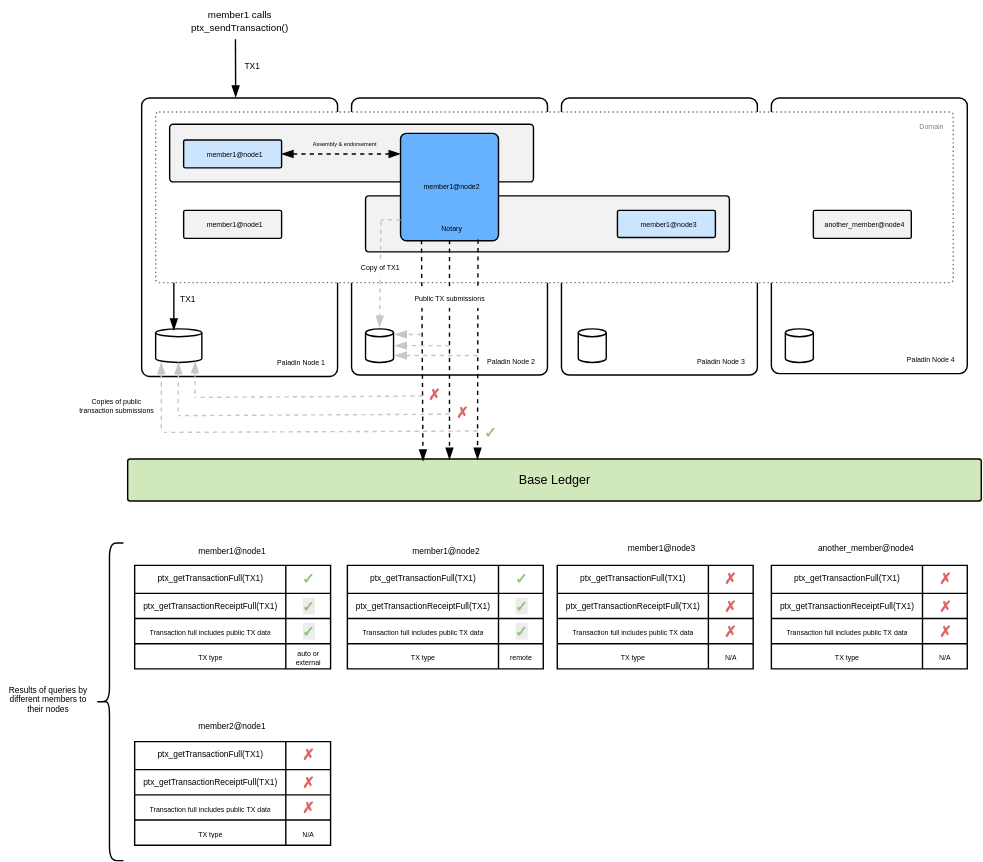
This is doc-site/docs/architecture/diagrams/paladin-node-data-flows.svg from LFDT-Paladin/paladin, a draw.io export, as it was before one commit. Source tidied: cells renumbered, new cells last; positions are measured from the earlier drawing's top-left corner, leaving out a move shared by most shapes.
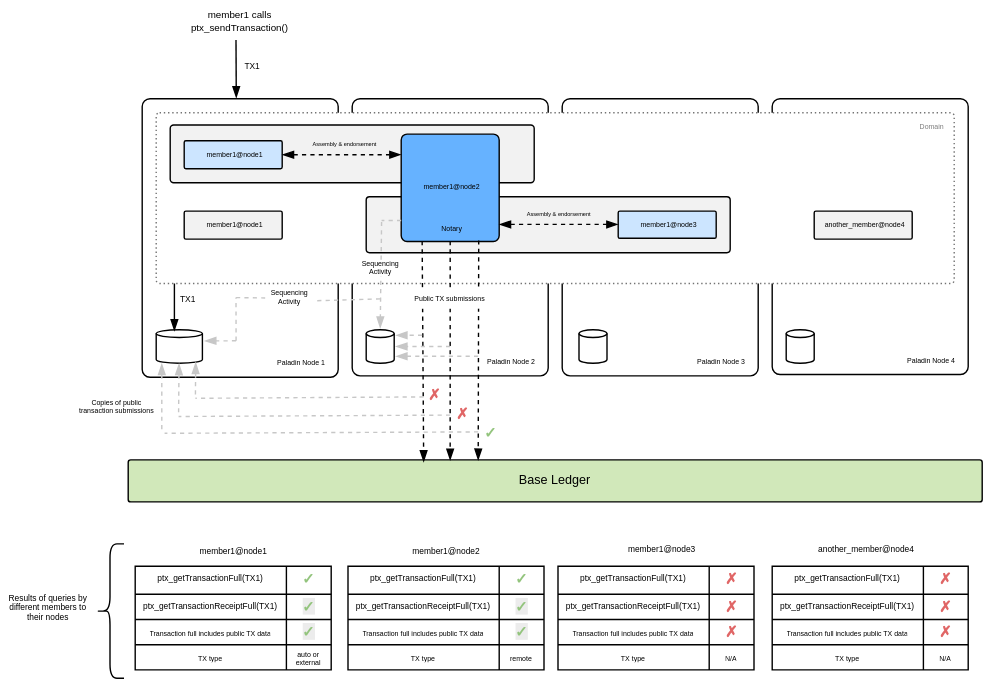
Later version of the same file.

What changed in the source:
```diff
@@ -192,15 +192,12 @@
         <mxPoint x="272" y="157" as="targetPoint" />
       </mxGeometry>
     </mxCell>
-    <mxCell id="53" value="Copy of TX1" style="rounded=0;whiteSpace=wrap;strokeColor=none;fillColor=default;spacingTop=-4;fontSize=5;" parent="1" vertex="1">
+    <mxCell id="53" value="Sequencing Activity" style="rounded=0;whiteSpace=wrap;strokeColor=none;fillColor=default;spacingTop=-4;fontSize=5;" parent="1" vertex="1">
       <mxGeometry x="253.5" y="186" width="35" height="11" as="geometry" />
     </mxCell>
     <mxCell id="54" value="&lt;span style=&quot;font-size: 6px;&quot;&gt;member1@node1&lt;/span&gt;" style="rounded=0;whiteSpace=wrap;html=1;strokeColor=none;fillColor=none;" parent="1" vertex="1">
       <mxGeometry x="136.5" y="383" width="59" height="17" as="geometry" />
     </mxCell>
-    <mxCell id="55" value="&lt;span style=&quot;font-size: 6px;&quot;&gt;member2@node1&lt;/span&gt;" style="rounded=0;whiteSpace=wrap;html=1;strokeColor=none;fillColor=none;" parent="1" vertex="1">
-      <mxGeometry x="136.5" y="508" width="59" height="17" as="geometry" />
-    </mxCell>
     <mxCell id="56" value="&lt;span style=&quot;font-size: 6px;&quot;&gt;member1@node2&lt;/span&gt;" style="rounded=0;whiteSpace=wrap;html=1;strokeColor=none;fillColor=none;" parent="1" vertex="1">
       <mxGeometry x="288.5" y="383" width="59" height="17" as="geometry" />
     </mxCell>
@@ -327,45 +324,6 @@
     <mxCell id="97" value="N/A" style="shape=partialRectangle;html=1;whiteSpace=wrap;strokeColor=inherit;overflow=hidden;fillColor=none;top=0;left=0;bottom=0;right=0;spacingRight=2;spacingLeft=2;fontSize=5;" parent="95" vertex="1">
       <mxGeometry x="108" width="32" height="18" as="geometry" />
     </mxCell>
-    <mxCell id="98" style="shape=table;startSize=0;fontSize=6;spacingLeft=2;" parent="1" vertex="1">
-      <mxGeometry x="96" y="530" width="140" height="74" as="geometry" />
-    </mxCell>
-    <mxCell id="99" style="shape=tableRow;horizontal=0;startSize=0;swimlaneHead=0;swimlaneBody=0;strokeColor=inherit;top=0;left=0;bottom=0;right=0;fillColor=none;" parent="98" vertex="1">
-      <mxGeometry width="140" height="20" as="geometry" />
-    </mxCell>
-    <mxCell id="100" value="&lt;span id=&quot;docs-internal-guid-54da5f6f-7fff-2256-3de9-d88a83de717e&quot;&gt;&lt;p dir=&quot;ltr&quot; style=&quot;line-height:1.2;margin-top:0pt;margin-bottom:0pt;&quot;&gt;&lt;span style=&quot;font-family: Arial, sans-serif; background-color: transparent; font-variant-numeric: normal; font-variant-east-asian: normal; font-variant-alternates: normal; font-variant-position: normal; font-variant-emoji: normal; vertical-align: baseline; white-space-collapse: preserve;&quot;&gt;&lt;font style=&quot;font-size: 6px;&quot;&gt;ptx_getTransactionFull(TX1)&lt;/font&gt;&lt;/span&gt;&lt;/p&gt;&lt;/span&gt;" style="shape=partialRectangle;html=1;whiteSpace=wrap;strokeColor=inherit;overflow=hidden;fillColor=none;top=0;left=0;bottom=0;right=0;verticalAlign=middle;horizontal=1;labelPosition=center;verticalLabelPosition=middle;align=center;spacingRight=2;spacingLeft=2;fontSize=5;spacingBottom=2;" parent="99" vertex="1">
-      <mxGeometry width="108" height="20" as="geometry" />
-    </mxCell>
-    <mxCell id="101" value="&lt;span id=&quot;docs-internal-guid-c590954d-7fff-3660-6d2f-7494b4fce300&quot;&gt;&lt;p dir=&quot;ltr&quot; style=&quot;line-height:1.2;margin-top:0pt;margin-bottom:0pt;&quot;&gt;&lt;span style=&quot;color: rgb(224, 102, 102); font-family: Arial, sans-serif; font-size: 10.6667px; font-weight: 700; white-space-collapse: preserve;&quot;&gt;✗&lt;/span&gt;&lt;/p&gt;&lt;/span&gt;" style="shape=partialRectangle;html=1;whiteSpace=wrap;strokeColor=inherit;overflow=hidden;fillColor=none;top=0;left=0;bottom=0;right=0;spacingRight=2;spacingLeft=2;fontSize=5;spacingBottom=2;" parent="99" vertex="1">
-      <mxGeometry x="108" width="32" height="20" as="geometry" />
-    </mxCell>
-    <mxCell id="102" style="shape=tableRow;horizontal=0;startSize=0;swimlaneHead=0;swimlaneBody=0;strokeColor=inherit;top=0;left=0;bottom=0;right=0;fillColor=none;" parent="98" vertex="1">
-      <mxGeometry y="20" width="140" height="18" as="geometry" />
-    </mxCell>
-    <mxCell id="103" value="&lt;span style=&quot;font-family: Arial, sans-serif; font-size: 6px; white-space-collapse: preserve;&quot;&gt;ptx_getTransactionReceiptFull(TX1)&lt;/span&gt;" style="shape=partialRectangle;html=1;whiteSpace=wrap;strokeColor=inherit;overflow=hidden;fillColor=none;top=0;left=0;bottom=0;right=0;spacingRight=2;spacingLeft=2;fontSize=5;" parent="102" vertex="1">
-      <mxGeometry width="108" height="18" as="geometry" />
-    </mxCell>
-    <mxCell id="104" value="&lt;span style=&quot;color: rgb(224, 102, 102); font-family: Arial, sans-serif; font-size: 10.6667px; font-weight: 700; white-space-collapse: preserve;&quot;&gt;✗&lt;/span&gt;" style="shape=partialRectangle;html=1;whiteSpace=wrap;strokeColor=inherit;overflow=hidden;fillColor=none;top=0;left=0;bottom=0;right=0;spacingRight=2;spacingLeft=2;fontSize=5;" parent="102" vertex="1">
-      <mxGeometry x="108" width="32" height="18" as="geometry" />
-    </mxCell>
-    <mxCell id="105" style="shape=tableRow;horizontal=0;startSize=0;swimlaneHead=0;swimlaneBody=0;strokeColor=inherit;top=0;left=0;bottom=0;right=0;fillColor=none;" parent="98" vertex="1">
-      <mxGeometry y="38" width="140" height="18" as="geometry" />
-    </mxCell>
-    <mxCell id="106" value="Transaction full includes public TX data" style="shape=partialRectangle;html=1;whiteSpace=wrap;strokeColor=inherit;overflow=hidden;fillColor=none;top=0;left=0;bottom=0;right=0;spacingRight=2;spacingLeft=2;fontSize=5;" parent="105" vertex="1">
-      <mxGeometry width="108" height="18" as="geometry" />
-    </mxCell>
-    <mxCell id="107" value="&lt;span style=&quot;color: rgb(224, 102, 102); font-family: Arial, sans-serif; font-size: 10.6667px; font-weight: 700; white-space-collapse: preserve;&quot;&gt;✗&lt;/span&gt;" style="shape=partialRectangle;html=1;whiteSpace=wrap;strokeColor=inherit;overflow=hidden;fillColor=none;top=0;left=0;bottom=0;right=0;spacingRight=2;spacingLeft=2;fontSize=5;" parent="105" vertex="1">
-      <mxGeometry x="108" width="32" height="18" as="geometry" />
-    </mxCell>
-    <mxCell id="108" style="shape=tableRow;horizontal=0;startSize=0;swimlaneHead=0;swimlaneBody=0;strokeColor=inherit;top=0;left=0;bottom=0;right=0;fillColor=none;" parent="98" vertex="1">
-      <mxGeometry y="56" width="140" height="18" as="geometry" />
-    </mxCell>
-    <mxCell id="109" value="TX type" style="shape=partialRectangle;html=1;whiteSpace=wrap;strokeColor=inherit;overflow=hidden;fillColor=none;top=0;left=0;bottom=0;right=0;spacingRight=2;spacingLeft=2;fontSize=5;" parent="108" vertex="1">
-      <mxGeometry width="108" height="18" as="geometry" />
-    </mxCell>
-    <mxCell id="110" value="N/A" style="shape=partialRectangle;html=1;whiteSpace=wrap;strokeColor=inherit;overflow=hidden;fillColor=none;top=0;left=0;bottom=0;right=0;spacingRight=2;spacingLeft=2;fontSize=5;" parent="108" vertex="1">
-      <mxGeometry x="108" width="32" height="18" as="geometry" />
-    </mxCell>
     <mxCell id="111" style="endArrow=blockThin;html=1;rounded=0;dashed=1;strokeColor=#C7C7C7;endFill=1;" parent="1" edge="1">
       <mxGeometry relative="1" as="geometry">
         <mxPoint x="321" y="247" as="sourcePoint" />
@@ -385,10 +343,10 @@
       </mxGeometry>
     </mxCell>
     <mxCell id="114" value="Results of queries by different members to their nodes" style="rounded=0;whiteSpace=wrap;strokeColor=none;fillColor=none;spacingTop=-4;fontSize=6;strokeWidth=1;" parent="1" vertex="1">
-      <mxGeometry y="494" width="68" height="16" as="geometry" />
+      <mxGeometry y="428" width="68" height="16" as="geometry" />
     </mxCell>
     <mxCell id="115" style="shape=curlyBracket;whiteSpace=wrap;html=1;rounded=1;labelPosition=left;verticalLabelPosition=middle;align=right;verticalAlign=middle;size=0.5;" parent="1" vertex="1">
-      <mxGeometry x="68" y="388" width="20" height="227" as="geometry" />
+      <mxGeometry x="68" y="388" width="20" height="96" as="geometry" />
     </mxCell>
     <mxCell id="116" value="member1@node1" style="rounded=1;whiteSpace=wrap;html=1;arcSize=6;align=center;verticalAlign=middle;fontSize=5;spacingLeft=3;spacingBottom=3;fillColor=light-dark(#F2F2F2,#424242);" parent="1" vertex="1">
       <mxGeometry x="131" y="150.3" width="70" height="20" as="geometry" />
@@ -396,5 +354,33 @@
     <mxCell id="117" value="another_member@node4" style="rounded=1;whiteSpace=wrap;html=1;arcSize=6;align=center;verticalAlign=middle;fontSize=5;spacingLeft=3;spacingBottom=3;fillColor=light-dark(#F2F2F2,#424242);" parent="1" vertex="1">
       <mxGeometry x="581" y="150.3" width="70" height="20" as="geometry" />
     </mxCell>
+    <mxCell id="118" style="endArrow=blockThin;html=1;rounded=0;dashed=1;exitX=0.309;exitY=0.739;exitDx=0;exitDy=0;exitPerimeter=0;startArrow=blockThin;startFill=1;endFill=1;" parent="1" edge="1">
+      <mxGeometry relative="1" as="geometry">
+        <mxPoint x="356" y="159.8" as="sourcePoint" />
+        <mxPoint x="441" y="159.8" as="targetPoint" />
+      </mxGeometry>
+    </mxCell>
+    <mxCell id="119" value="&lt;font style=&quot;font-size: 4px;&quot;&gt;Assembly &amp;amp; endorsement&lt;/font&gt;" style="rounded=0;whiteSpace=wrap;html=1;strokeColor=none;fillColor=none;" parent="1" vertex="1">
+      <mxGeometry x="374" y="145" width="50" height="10" as="geometry" />
+    </mxCell>
+    <mxCell id="120" style="endArrow=blockThin;html=1;rounded=0;dashed=1;endFill=1;fillColor=#f5f5f5;strokeColor=light-dark(#c7c7c7, #959595);startArrow=none;startFill=0;exitX=0.479;exitY=0.869;exitDx=0;exitDy=0;exitPerimeter=0;entryX=1.045;entryY=0.333;entryDx=0;entryDy=0;entryPerimeter=0;" parent="1" edge="1" source="3" target="39">
+      <mxGeometry relative="1" as="geometry" />
+    </mxCell>
+    <mxCell id="121" style="endArrow=none;html=1;rounded=0;dashed=1;endFill=0;fillColor=#f5f5f5;strokeColor=light-dark(#c7c7c7, #959595);entryX=0.479;entryY=0.714;entryDx=0;entryDy=0;entryPerimeter=0;" parent="1" edge="1" source="124" target="3">
+      <mxGeometry relative="1" as="geometry" />
+    </mxCell>
+    <mxCell id="122" style="endArrow=none;html=1;rounded=0;dashed=1;endFill=0;fillColor=#f5f5f5;strokeColor=light-dark(#c7c7c7, #959595);exitX=0.479;exitY=0.869;exitDx=0;exitDy=0;exitPerimeter=0;" parent="1" edge="1" source="3">
+      <mxGeometry relative="1" as="geometry">
+        <mxPoint x="168" y="212" as="targetPoint" />
+      </mxGeometry>
+    </mxCell>
+    <mxCell id="123" style="endArrow=none;html=1;rounded=0;dashed=1;endFill=0;fillColor=#f5f5f5;strokeColor=light-dark(#c7c7c7, #959595);entryX=0.479;entryY=0.714;entryDx=0;entryDy=0;entryPerimeter=0;" parent="1" edge="1" target="124">
+      <mxGeometry relative="1" as="geometry">
+        <mxPoint x="271" y="213" as="sourcePoint" />
+      </mxGeometry>
+    </mxCell>
+    <mxCell id="124" value="Sequencing Activity" style="rounded=0;whiteSpace=wrap;strokeColor=none;fillColor=default;spacingTop=-4;fontSize=5;" parent="1" vertex="1">
+      <mxGeometry x="189" y="207" width="35" height="11" as="geometry" />
+    </mxCell>
   </root>
 </mxGraphModel>
```
